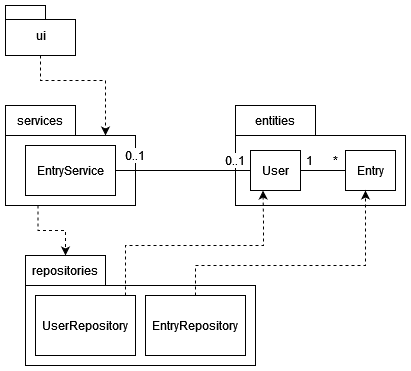
The draw.io diagram dokumentaatio/kuvat/arkkitehtuuri-rakenne.png in liisaket/ot-harjoitustyo, before a commit. Source tidied: cells renumbered, new cells last; positions are measured from the earlier drawing's top-left corner, leaving out a move shared by most shapes.
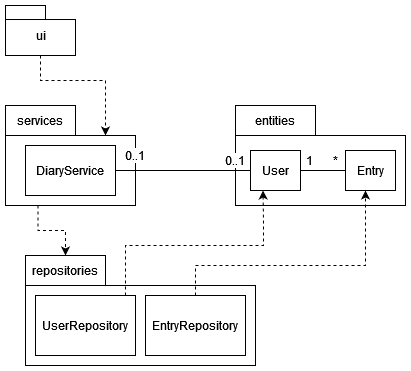
The same file after the commit.

Diff of the diagram source:
```diff
@@ -17,7 +17,7 @@
     <mxCell id="6" value="services" style="text;html=1;strokeColor=none;fillColor=none;align=center;verticalAlign=middle;whiteSpace=wrap;rounded=0;labelBackgroundColor=#ffffff;" parent="1" vertex="1">
       <mxGeometry x="5" y="100" width="60" height="30" as="geometry" />
     </mxCell>
-    <mxCell id="7" value="EntryService" style="rounded=0;whiteSpace=wrap;html=1;labelBackgroundColor=#ffffff;" parent="1" vertex="1">
+    <mxCell id="7" value="DiaryService" style="rounded=0;whiteSpace=wrap;html=1;labelBackgroundColor=#ffffff;" parent="1" vertex="1">
       <mxGeometry x="20" y="140" width="90" height="50" as="geometry" />
     </mxCell>
     <mxCell id="8" style="shape=folder;fontStyle=1;spacingTop=10;tabWidth=80;tabHeight=30;tabPosition=left;html=1;align=center;" parent="1" vertex="1">
```
